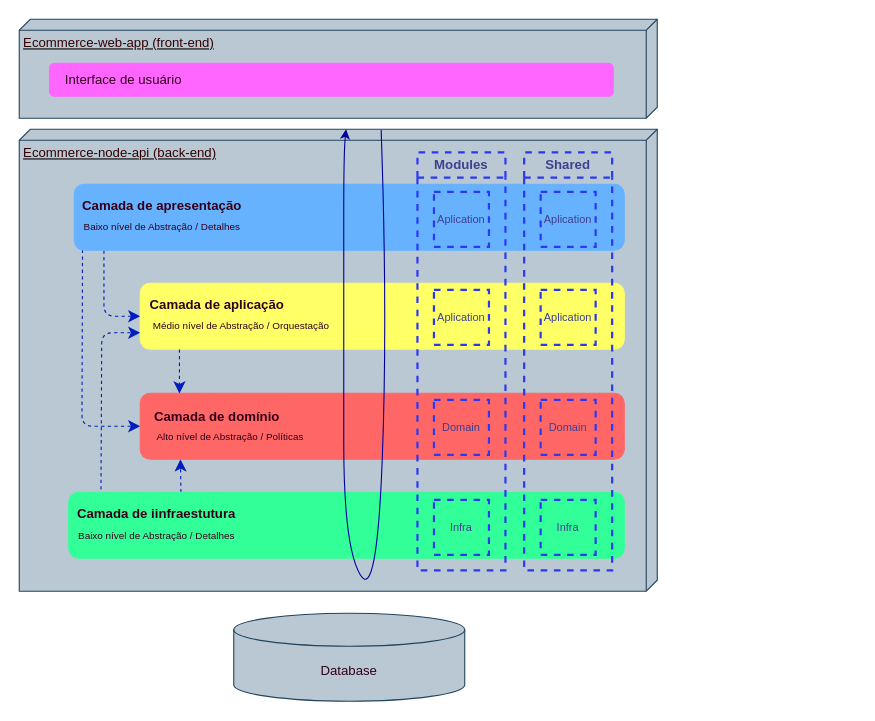
Earlier version of the draw.io diagram page "Arquitetura em Camadas" (1 of 2) of requirements/ecommerce-arquitetura.drawio (cleilsonalvino/ecommerce-node-api). Source tidied: cells renumbered, new cells numbered last; positions are measured from the earlier drawing's top-left corner, leaving out a move shared by most shapes. Both pictures are drawn from the tidied source at 110%, with x=0, y=0 at pixel (19, 19).
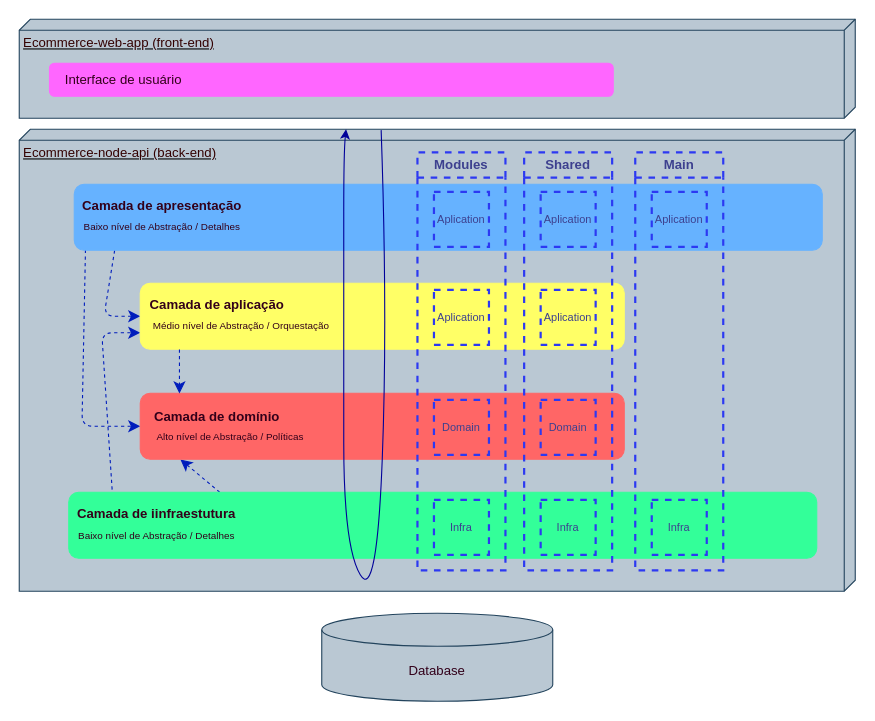
The same diagram, later.

Change to the diagram source:
```diff
@@
     <mxCell id="2" value="&lt;font color=&quot;#330000&quot;&gt;Ecommerce-node-api (back-end)&lt;/font&gt;" style="verticalAlign=top;align=left;spacingTop=8;spacingLeft=2;spacingRight=12;shape=cube;size=10;direction=south;fontStyle=4;html=1;fillColor=#bac8d3;strokeColor=#23445d;" parent="1" vertex="1">
-      <mxGeometry y="100" width="580" height="420" as="geometry" />
+      <mxGeometry y="100" width="760" height="420" as="geometry" />
     </mxCell>
     <mxCell id="3" value="&lt;font color=&quot;#330000&quot;&gt;Ecommerce-web-app (front-end)&lt;/font&gt;" style="verticalAlign=top;align=left;spacingTop=8;spacingLeft=2;spacingRight=12;shape=cube;size=10;direction=south;fontStyle=4;html=1;fillColor=#bac8d3;strokeColor=#23445d;" parent="1" vertex="1">
-      <mxGeometry width="580" height="90" as="geometry" />
+      <mxGeometry width="760" height="90" as="geometry" />
     </mxCell>
     <mxCell id="4" value="&lt;font color=&quot;#33001a&quot;&gt;Database&lt;/font&gt;" style="shape=cylinder3;whiteSpace=wrap;html=1;boundedLbl=1;backgroundOutline=1;size=15;fillColor=#bac8d3;strokeColor=#23445d;" parent="1" vertex="1">
-      <mxGeometry x="195" y="540" width="210" height="80" as="geometry" />
+      <mxGeometry x="275" y="540" width="210" height="80" as="geometry" />
     </mxCell>
@@
     <mxCell id="11" style="group;" parent="1" vertex="1">
-      <mxGeometry x="45" y="430" width="505" height="60" as="geometry" />
+      <mxGeometry x="45" y="430" width="680" height="60" as="geometry" />
     </mxCell>
     <mxCell id="12" style="rounded=1;whiteSpace=wrap;html=1;fillColor=#33FF99;strokeColor=#33FF99;" parent="11" vertex="1">
-      <mxGeometry width="505" height="60" as="geometry" />
+      <mxGeometry width="680" height="60" as="geometry" />
     </mxCell>
@@
     <mxCell id="24" style="group;" parent="1" vertex="1">
-      <mxGeometry x="50" y="150" width="500" height="60" as="geometry" />
+      <mxGeometry x="50" y="150" width="680" height="60" as="geometry" />
     </mxCell>
     <mxCell id="25" style="rounded=1;whiteSpace=wrap;html=1;fillColor=#66B2FF;strokeColor=#66B2FF;" parent="24" vertex="1">
-      <mxGeometry width="500" height="60" as="geometry" />
+      <mxGeometry width="680" height="60" as="geometry" />
     </mxCell>
@@
+    <mxCell id="39" value="Main" style="swimlane;whiteSpace=wrap;html=1;strokeColor=#2c39f2;fillColor=none;fontColor=#3d408f;dashed=1;strokeWidth=2;" parent="1" vertex="1">
+      <mxGeometry x="560" y="121" width="80" height="380" as="geometry" />
+    </mxCell>
+    <mxCell id="40" value="&lt;font style=&quot;font-size: 10px;&quot;&gt;Aplication&lt;/font&gt;" style="whiteSpace=wrap;html=1;dashed=1;strokeColor=#2c39f2;strokeWidth=2;fontColor=#3d408f;fillColor=none;fontSize=10;" parent="39" vertex="1">
+      <mxGeometry x="15" y="36" width="50" height="50" as="geometry" />
+    </mxCell>
+    <mxCell id="41" value="Infra" style="whiteSpace=wrap;html=1;dashed=1;strokeColor=#2c39f2;strokeWidth=2;fontColor=#3d408f;fillColor=none;fontSize=10;" parent="39" vertex="1">
+      <mxGeometry x="15" y="316" width="50" height="50" as="geometry" />
+    </mxCell>
```
